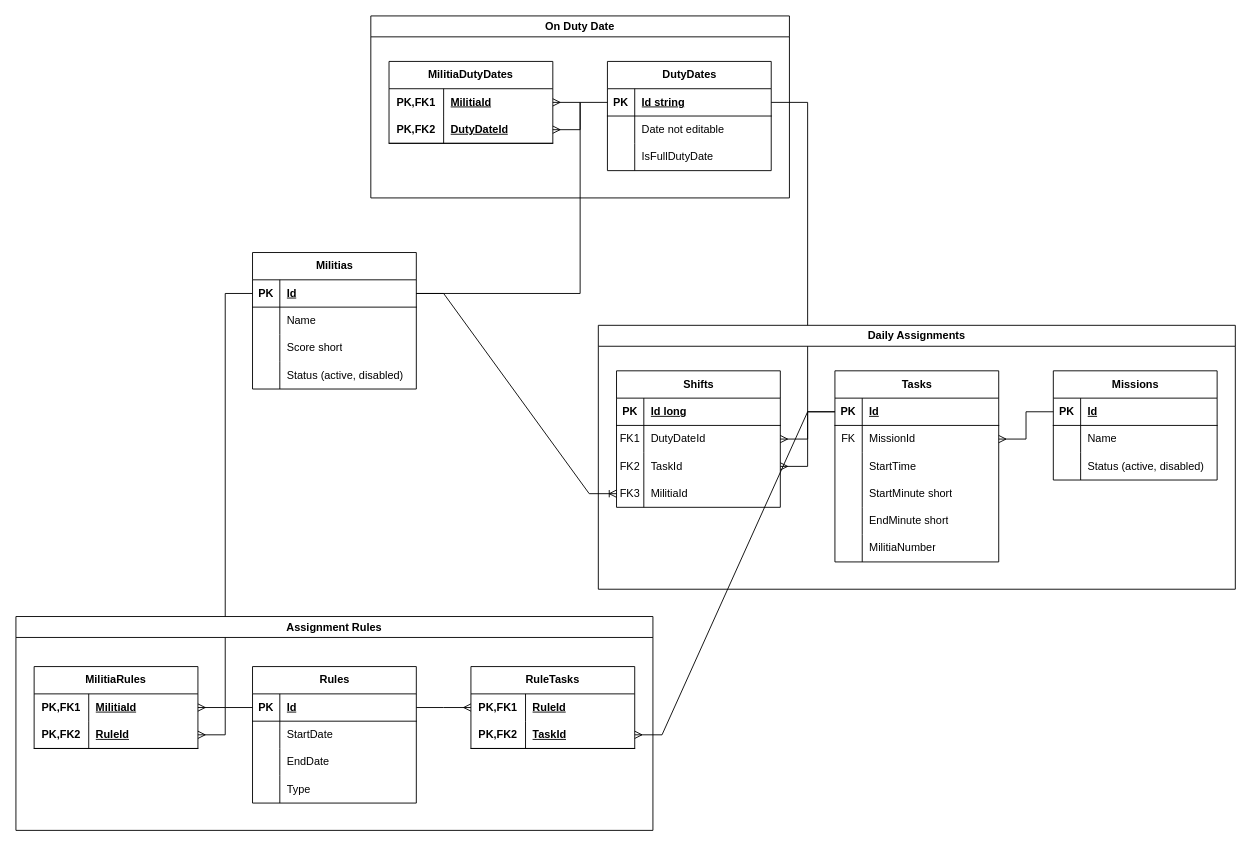
This is militia.drawio from handoiditu1508/militia-duty-be, a draw.io file, before an edit. Source tidied: cells renumbered, new cells numbered last; positions are measured from the earlier drawing's top-left corner, leaving out a move shared by most shapes. Both pictures are drawn from the tidied source at 91%, with x=0, y=0 at pixel (15, 15).
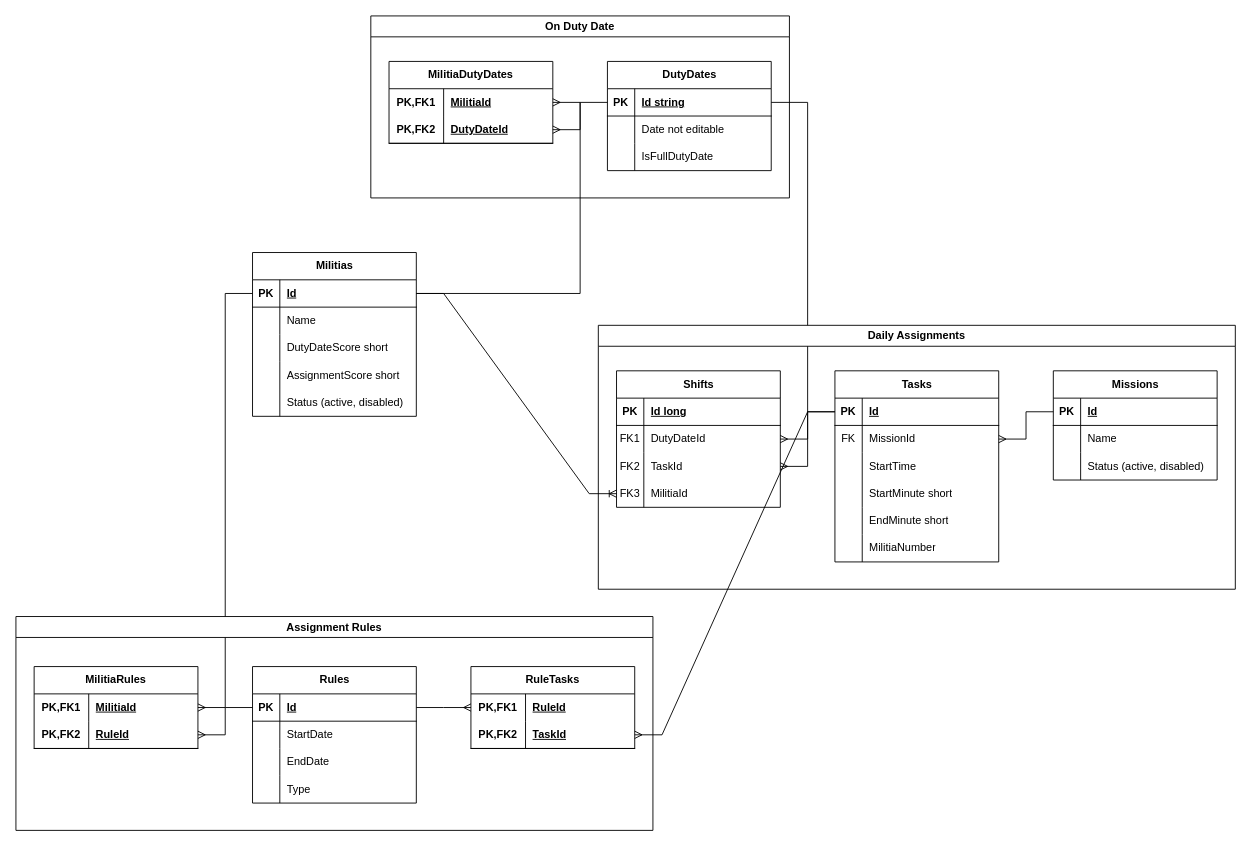
After the change.

Commit message (it also covers changes not shown here):
add DutyDateScore and AssignmentScore

The change refers to these unchanged cells:
```xml
<mxCell id="9" style="shape=tableRow;horizontal=0;startSize=0;swimlaneHead=0;swimlaneBody=0;fillColor=none;top=0;left=0;right=0;bottom=0;" parent="2" vertex="1">
  <mxGeometry y="90" width="180" height="30" as="geometry" />
</mxCell>
```

Diff of the diagram source:
```diff
@@
     <mxCell id="2" value="Militias" style="shape=table;startSize=30;childLayout=tableLayout;rowLines=0;fontStyle=1;align=center;html=1;" parent="1" vertex="1">
-      <mxGeometry x="260" y="260" width="180" height="150" as="geometry" />
+      <mxGeometry x="260" y="260" width="180" height="180" as="geometry" />
     </mxCell>
@@
-    <mxCell id="11" value="Score short" style="shape=partialRectangle;fillColor=none;top=0;left=0;bottom=0;right=0;align=left;spacingLeft=6;overflow=hidden;whiteSpace=wrap;html=1;" parent="9" vertex="1">
+    <mxCell id="11" value="DutyDateScore short" style="shape=partialRectangle;fillColor=none;top=0;left=0;bottom=0;right=0;align=left;spacingLeft=6;overflow=hidden;whiteSpace=wrap;html=1;" parent="9" vertex="1">
       <mxGeometry x="30" width="150" height="30" as="geometry" />
     </mxCell>
+    <mxCell id="114" style="shape=tableRow;horizontal=0;startSize=0;swimlaneHead=0;swimlaneBody=0;fillColor=none;top=0;left=0;right=0;bottom=0;" parent="2" vertex="1">
+      <mxGeometry y="120" width="180" height="30" as="geometry" />
+    </mxCell>
+    <mxCell id="115" style="shape=partialRectangle;fillColor=none;top=0;left=0;bottom=0;right=0;overflow=hidden;whiteSpace=wrap;html=1;" parent="114" vertex="1">
+      <mxGeometry width="30" height="30" as="geometry" />
+    </mxCell>
+    <mxCell id="116" value="AssignmentScore short" style="shape=partialRectangle;fillColor=none;top=0;left=0;bottom=0;right=0;align=left;spacingLeft=6;overflow=hidden;whiteSpace=wrap;html=1;" parent="114" vertex="1">
+      <mxGeometry x="30" width="150" height="30" as="geometry" />
+    </mxCell>
     <mxCell id="12" style="shape=tableRow;horizontal=0;startSize=0;swimlaneHead=0;swimlaneBody=0;fillColor=none;top=0;left=0;right=0;bottom=0;" parent="2" vertex="1">
-      <mxGeometry y="120" width="180" height="30" as="geometry" />
+      <mxGeometry y="150" width="180" height="30" as="geometry" />
     </mxCell>
```
